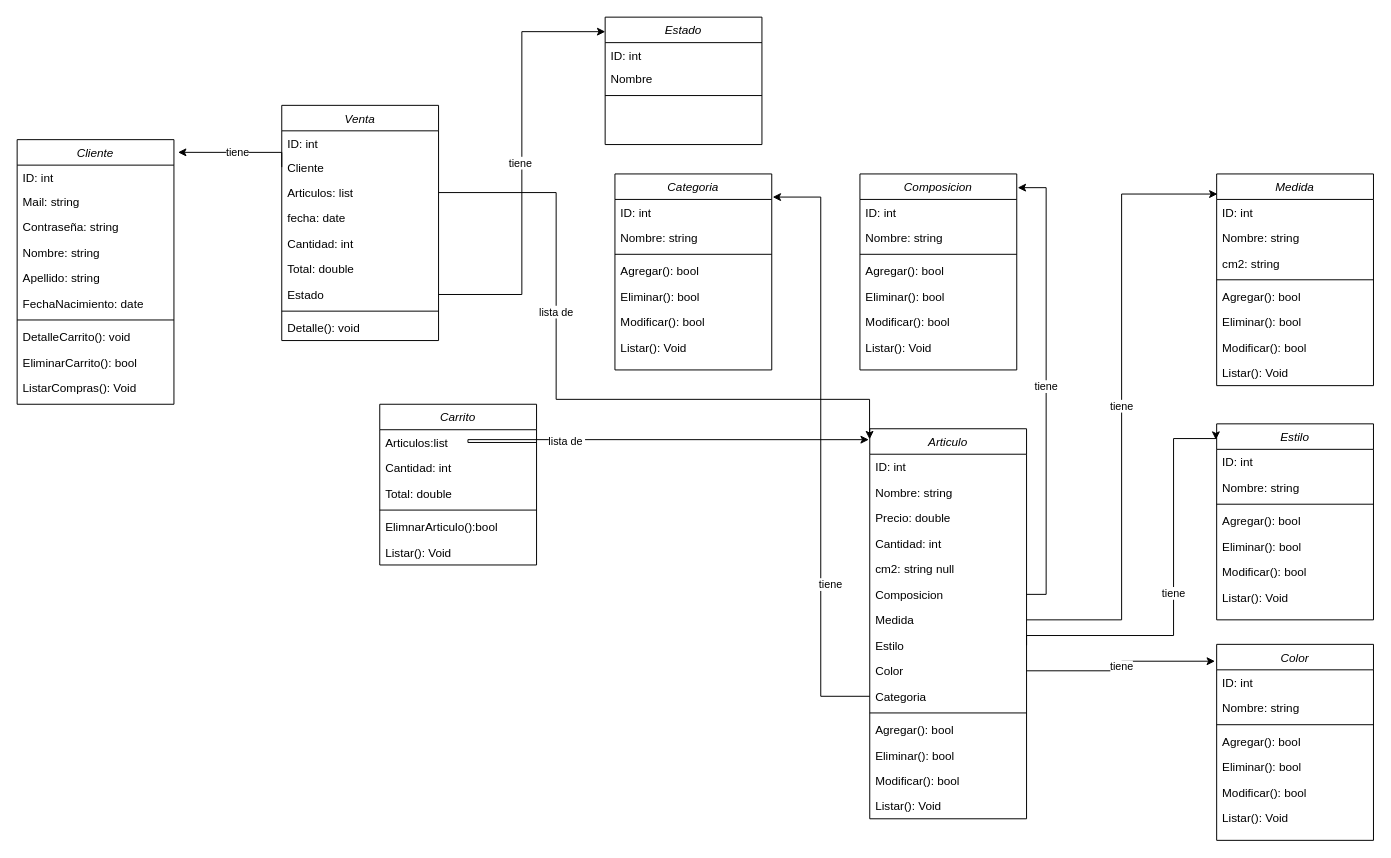
Above: modelo de dominio.drawio in lautarovillalva/TPC-Diaz-Villalva (draw.io), before the change. Source tidied: cells renumbered, new cells numbered last; positions are measured from the earlier drawing's top-left corner, leaving out a move shared by most shapes. Both pictures are drawn from the tidied source at 98%, with x=0, y=0 at pixel (17, 17).
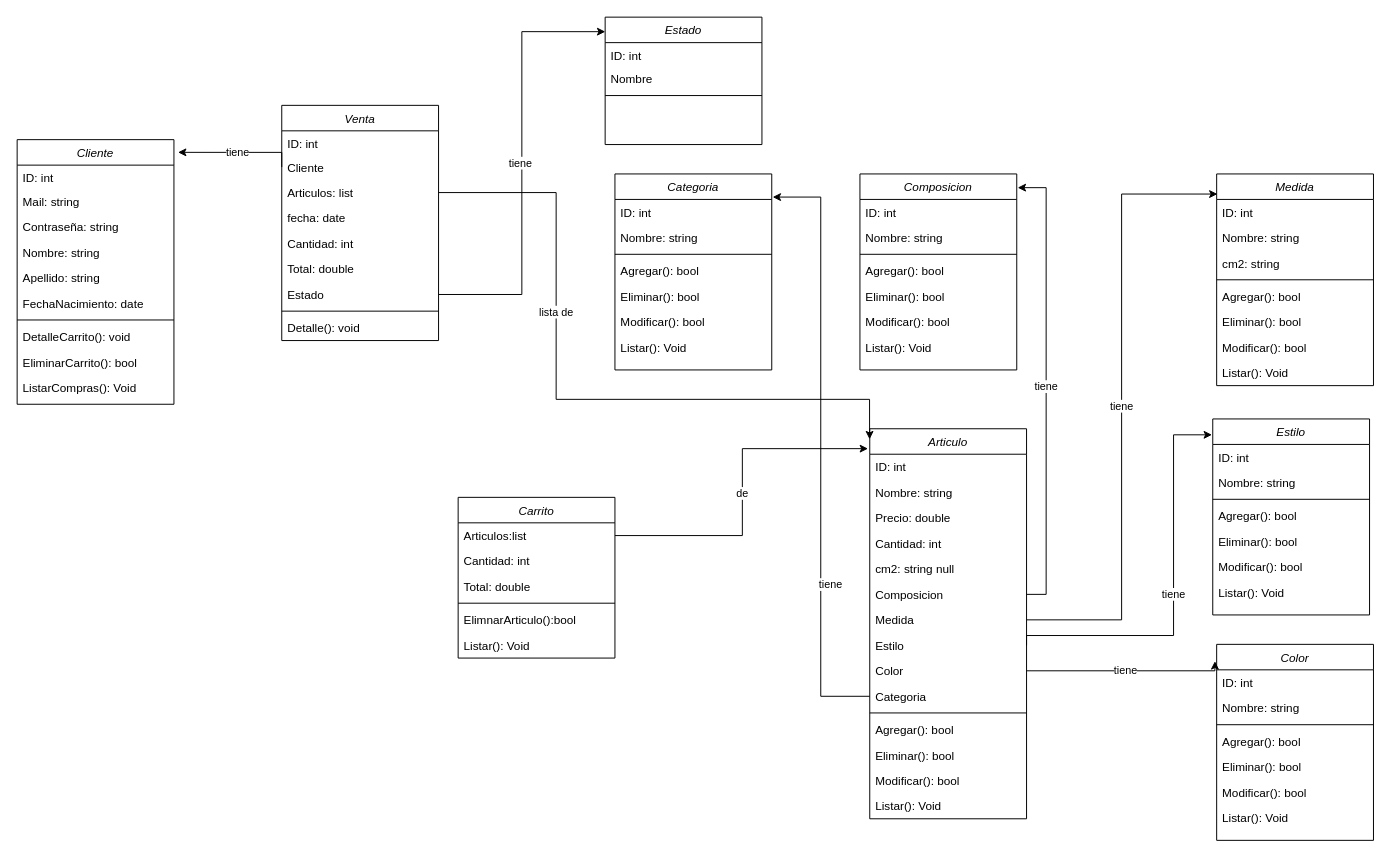
The same diagram, later.

The change refers to these unchanged cells:
```xml
<mxCell id="2" value="Articulo" style="swimlane;fontStyle=2;align=center;verticalAlign=top;horizontal=1;startSize=26;rounded=0;shadow=0;strokeWidth=1;" parent="1" vertex="1">
  <mxGeometry x="870" y="420" width="160" height="398" as="geometry" />
</mxCell>
<mxCell id="10" value="Estilo" style="text;align=left;verticalAlign=top;spacingLeft=4;spacingRight=4;overflow=hidden;points=[[0,0.5],[1,0.5]];portConstraint=eastwest;rounded=0;shadow=0;html=0;" parent="2" vertex="1">
  <mxGeometry y="208" width="160" height="26" as="geometry" />
</mxCell>
<mxCell id="11" value="Color" style="text;align=left;verticalAlign=top;spacingLeft=4;spacingRight=4;overflow=hidden;points=[[0,0.5],[1,0.5]];portConstraint=eastwest;rounded=0;shadow=0;html=0;" parent="2" vertex="1">
  <mxGeometry y="234" width="160" height="26" as="geometry" />
</mxCell>
<mxCell id="45" value="Color" style="swimlane;fontStyle=2;align=center;verticalAlign=top;horizontal=1;startSize=26;rounded=0;shadow=0;strokeWidth=1;" parent="1" vertex="1">
  <mxGeometry x="1224" y="640" width="160" height="200" as="geometry" />
</mxCell>
<mxCell id="65" value="Articulos:list" style="text;align=left;verticalAlign=top;spacingLeft=4;spacingRight=4;overflow=hidden;points=[[0,0.5],[1,0.5]];portConstraint=eastwest;" parent="64" vertex="1">
  <mxGeometry y="26" width="160" height="26" as="geometry" />
</mxCell>
```

What changed in the source:
```diff
@@
     <mxCell id="36" value="Estilo" style="swimlane;fontStyle=2;align=center;verticalAlign=top;horizontal=1;startSize=26;rounded=0;shadow=0;strokeWidth=1;" parent="1" vertex="1">
-      <mxGeometry x="1224" y="415" width="160" height="200" as="geometry" />
+      <mxGeometry x="1220" y="410" width="160" height="200" as="geometry" />
     </mxCell>
@@
     <mxCell id="44" value="tiene" style="edgeStyle=orthogonalEdgeStyle;rounded=0;jettySize=auto;html=1;exitX=1;exitY=0.5;exitDx=0;exitDy=0;entryX=-0.005;entryY=0.081;entryDx=0;entryDy=0;entryPerimeter=0;" parent="1" edge="1" source="10" target="36">
       <mxGeometry relative="1" as="geometry">
         <Array as="points">
           <mxPoint x="1030" y="631" />
           <mxPoint x="1180" y="631" />
-          <mxPoint x="1180" y="430" />
-          <mxPoint x="1223" y="430" />
+          <mxPoint x="1180" y="426" />
         </Array>
       </mxGeometry>
     </mxCell>
@@
     <mxCell id="63" value="tiene" style="edgeStyle=orthogonalEdgeStyle;rounded=0;jettySize=auto;html=1;exitX=1;exitY=0.5;exitDx=0;exitDy=0;entryX=-0.011;entryY=0.086;entryDx=0;entryDy=0;entryPerimeter=0;" parent="1" edge="1" source="11" target="45">
-      <mxGeometry relative="1" as="geometry" />
+      <mxGeometry relative="1" as="geometry">
+        <Array as="points">
+          <mxPoint x="1222" y="667" />
+        </Array>
+      </mxGeometry>
     </mxCell>
     <mxCell id="64" value="Carrito" style="swimlane;fontStyle=2;align=center;verticalAlign=top;horizontal=1;startSize=26;rounded=0;shadow=0;strokeWidth=1;" parent="1" vertex="1">
-      <mxGeometry x="370" y="395" width="160" height="164" as="geometry" />
+      <mxGeometry x="450" y="490" width="160" height="164" as="geometry" />
     </mxCell>
@@
-    <mxCell id="71" style="edgeStyle=orthogonalEdgeStyle;rounded=0;jettySize=auto;html=1;exitX=1;exitY=0.5;exitDx=0;exitDy=0;entryX=-0.006;entryY=0.028;entryDx=0;entryDy=0;entryPerimeter=0;" parent="1" edge="1" source="65" target="2">
-      <mxGeometry relative="1" as="geometry">
-        <Array as="points">
-          <mxPoint x="460" y="431" />
-        </Array>
-      </mxGeometry>
-    </mxCell>
-    <mxCell id="72" value="lista de&amp;nbsp;" style="edgeLabel;html=1;align=center;verticalAlign=middle;" parent="71" vertex="1">
-      <mxGeometry x="-0.28" y="-1" relative="1" as="geometry" />
-    </mxCell>
@@
+    <mxCell id="71" value="de" style="edgeStyle=orthogonalEdgeStyle;rounded=0;jettySize=auto;html=1;exitX=1;exitY=0.5;exitDx=0;exitDy=0;entryX=-0.011;entryY=0.051;entryDx=0;entryDy=0;entryPerimeter=0;" parent="1" edge="1" source="65" target="2">
+      <mxGeometry relative="1" as="geometry" />
+    </mxCell>
```
